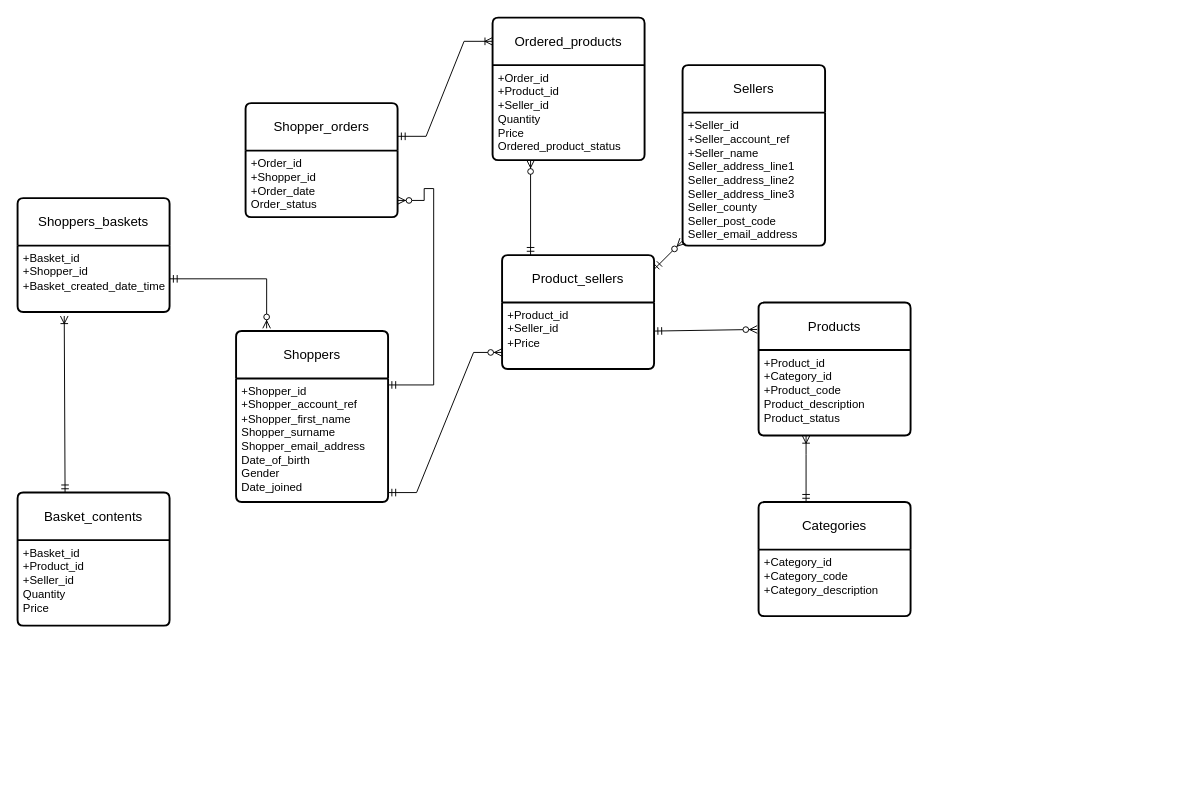
Earlier version of the draw.io diagram Untitled Diagram.drawio (Kazim1505/qho426). Source tidied: cells renumbered, new cells numbered last; positions are measured from the earlier drawing's top-left corner, leaving out a move shared by most shapes. Both pictures are drawn from the tidied source at 95%, with x=0, y=0 at pixel (17, 17).
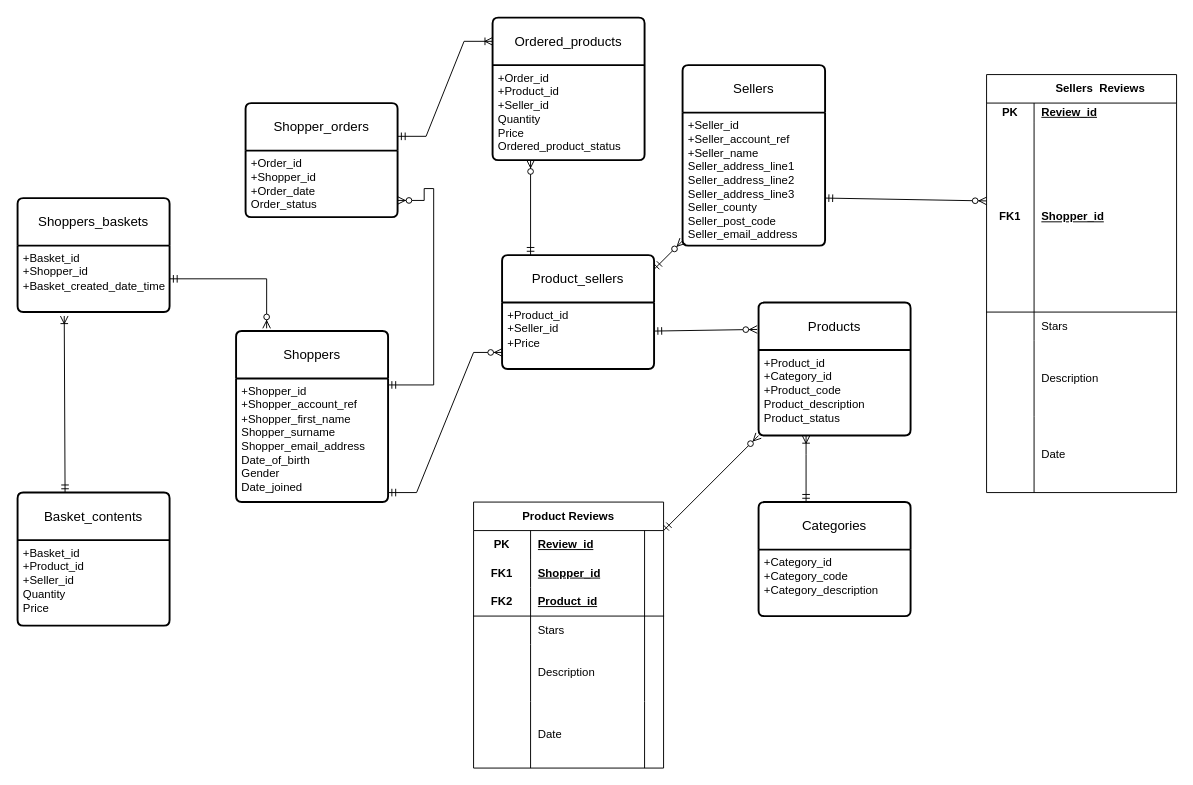
After the change.

The edit, as a diff of the source:
```diff
@@
+    <mxCell id="29" value="Product Reviews" style="shape=table;startSize=30;childLayout=tableLayout;rowLines=0;fontStyle=1;align=center;html=1;whiteSpace=wrap;" parent="1" vertex="1">
+      <mxGeometry x="480" y="510" width="200" height="280" as="geometry" />
+    </mxCell>
+    <mxCell id="30" style="shape=tableRow;horizontal=0;startSize=0;swimlaneHead=0;swimlaneBody=0;fillColor=none;top=0;left=0;right=0;bottom=0;html=1;" parent="29" vertex="1">
+      <mxGeometry y="30" width="200" height="30" as="geometry" />
+    </mxCell>
+    <mxCell id="31" value="PK" style="shape=partialRectangle;fillColor=none;top=0;left=0;bottom=0;right=0;fontStyle=1;overflow=hidden;html=1;whiteSpace=wrap;" parent="30" vertex="1">
+      <mxGeometry width="60" height="30" as="geometry" />
+    </mxCell>
+    <mxCell id="32" value="Review_id" style="shape=partialRectangle;fillColor=none;top=0;left=0;bottom=0;right=0;align=left;spacingLeft=6;fontStyle=5;overflow=hidden;html=1;whiteSpace=wrap;" parent="30" vertex="1">
+      <mxGeometry x="60" width="140" height="30" as="geometry" />
+    </mxCell>
+    <mxCell id="33" style="shape=tableRow;horizontal=0;startSize=0;swimlaneHead=0;swimlaneBody=0;fillColor=none;top=0;left=0;right=0;bottom=0;html=1;" parent="29" vertex="1">
+      <mxGeometry y="60" width="200" height="30" as="geometry" />
+    </mxCell>
+    <mxCell id="34" value="FK1" style="shape=partialRectangle;fillColor=none;top=0;left=0;bottom=0;right=0;fontStyle=1;overflow=hidden;html=1;whiteSpace=wrap;" parent="33" vertex="1">
+      <mxGeometry width="60" height="30" as="geometry" />
+    </mxCell>
+    <mxCell id="35" value="Shopper_id" style="shape=partialRectangle;fillColor=none;top=0;left=0;bottom=0;right=0;align=left;spacingLeft=6;fontStyle=5;overflow=hidden;html=1;whiteSpace=wrap;" parent="33" vertex="1">
+      <mxGeometry x="60" width="140" height="30" as="geometry" />
+    </mxCell>
+    <mxCell id="36" style="shape=tableRow;horizontal=0;startSize=0;swimlaneHead=0;swimlaneBody=0;fillColor=none;top=0;left=0;right=0;bottom=1;html=1;" parent="29" vertex="1">
+      <mxGeometry y="90" width="200" height="30" as="geometry" />
+    </mxCell>
+    <mxCell id="37" value="FK2" style="shape=partialRectangle;fillColor=none;top=0;left=0;bottom=0;right=0;fontStyle=1;overflow=hidden;html=1;whiteSpace=wrap;" parent="36" vertex="1">
+      <mxGeometry width="60" height="30" as="geometry" />
+    </mxCell>
+    <mxCell id="38" value="Product_id" style="shape=partialRectangle;fillColor=none;top=0;left=0;bottom=0;right=0;align=left;spacingLeft=6;fontStyle=5;overflow=hidden;html=1;whiteSpace=wrap;" parent="36" vertex="1">
+      <mxGeometry x="60" width="140" height="30" as="geometry" />
+    </mxCell>
+    <mxCell id="39" style="shape=tableRow;horizontal=0;startSize=0;swimlaneHead=0;swimlaneBody=0;fillColor=none;top=0;left=0;right=0;bottom=0;html=1;" parent="29" vertex="1">
+      <mxGeometry y="120" width="200" height="30" as="geometry" />
+    </mxCell>
+    <mxCell id="40" style="shape=partialRectangle;fillColor=none;top=0;left=0;bottom=0;right=0;overflow=hidden;html=1;whiteSpace=wrap;" parent="39" vertex="1">
+      <mxGeometry width="60" height="30" as="geometry" />
+    </mxCell>
+    <mxCell id="41" value="Stars" style="shape=partialRectangle;fillColor=none;top=0;left=0;bottom=0;right=0;align=left;spacingLeft=6;overflow=hidden;html=1;whiteSpace=wrap;" parent="39" vertex="1">
+      <mxGeometry x="60" width="140" height="30" as="geometry" />
+    </mxCell>
+    <mxCell id="42" style="shape=tableRow;horizontal=0;startSize=0;swimlaneHead=0;swimlaneBody=0;fillColor=none;top=0;left=0;right=0;bottom=0;html=1;" parent="29" vertex="1">
+      <mxGeometry y="150" width="200" height="60" as="geometry" />
+    </mxCell>
+    <mxCell id="43" style="shape=partialRectangle;fillColor=none;top=0;left=0;bottom=0;right=0;overflow=hidden;html=1;whiteSpace=wrap;" parent="42" vertex="1">
+      <mxGeometry width="60" height="60" as="geometry" />
+    </mxCell>
+    <mxCell id="44" value="Description&lt;br&gt;" style="shape=partialRectangle;fillColor=none;top=0;left=0;bottom=0;right=0;align=left;spacingLeft=6;overflow=hidden;html=1;whiteSpace=wrap;" parent="42" vertex="1">
+      <mxGeometry x="60" width="120" height="60" as="geometry" />
+    </mxCell>
+    <mxCell id="45" style="text;html=1;align=center;verticalAlign=middle;strokeColor=none;fillColor=none;" parent="42" vertex="1">
+      <mxGeometry x="180" width="20" height="60" as="geometry" />
+    </mxCell>
+    <mxCell id="46" style="shape=tableRow;horizontal=0;startSize=0;swimlaneHead=0;swimlaneBody=0;fillColor=none;top=0;left=0;right=0;bottom=0;html=1;" parent="29" vertex="1">
+      <mxGeometry y="210" width="200" height="70" as="geometry" />
+    </mxCell>
+    <mxCell id="47" style="shape=partialRectangle;fillColor=none;top=0;left=0;bottom=0;right=0;overflow=hidden;html=1;whiteSpace=wrap;" parent="46" vertex="1">
+      <mxGeometry width="60" height="70" as="geometry" />
+    </mxCell>
+    <mxCell id="48" value="Date" style="shape=partialRectangle;fillColor=none;top=0;left=0;bottom=0;right=0;align=left;spacingLeft=6;overflow=hidden;html=1;whiteSpace=wrap;" parent="46" vertex="1">
+      <mxGeometry x="60" width="120" height="70" as="geometry" />
+    </mxCell>
+    <mxCell id="49" style="text;html=1;align=center;verticalAlign=middle;strokeColor=none;fillColor=none;" parent="46" vertex="1">
+      <mxGeometry x="180" width="20" height="70" as="geometry" />
+    </mxCell>
+    <mxCell id="50" value="&lt;blockquote style=&quot;margin: 0 0 0 40px; border: none; padding: 0px;&quot;&gt;Sellers &amp;nbsp;Reviews&lt;/blockquote&gt;" style="shape=table;startSize=30;childLayout=tableLayout;rowLines=0;fontStyle=1;align=center;html=1;whiteSpace=wrap;" parent="1" vertex="1">
+      <mxGeometry x="1020" y="60" width="200" height="440" as="geometry" />
+    </mxCell>
+    <mxCell id="51" style="shape=tableRow;horizontal=0;startSize=0;swimlaneHead=0;swimlaneBody=0;fillColor=none;top=0;left=0;right=0;bottom=0;html=1;" parent="50" vertex="1">
+      <mxGeometry y="30" width="200" height="20" as="geometry" />
+    </mxCell>
+    <mxCell id="52" value="PK" style="shape=partialRectangle;fillColor=none;top=0;left=0;bottom=0;right=0;fontStyle=1;overflow=hidden;html=1;whiteSpace=wrap;" parent="51" vertex="1">
+      <mxGeometry width="50" height="20" as="geometry" />
+    </mxCell>
+    <mxCell id="53" value="Review_id" style="shape=partialRectangle;fillColor=none;top=0;left=0;bottom=0;right=0;align=left;spacingLeft=6;fontStyle=5;overflow=hidden;html=1;whiteSpace=wrap;" parent="51" vertex="1">
+      <mxGeometry x="50" width="150" height="20" as="geometry" />
+    </mxCell>
+    <mxCell id="54" style="shape=tableRow;horizontal=0;startSize=0;swimlaneHead=0;swimlaneBody=0;fillColor=none;points=[[0,0.5],[1,0.5]];portConstraint=eastwest;top=0;left=0;right=0;bottom=1;html=1;" parent="50" vertex="1">
+      <mxGeometry y="50" width="200" height="200" as="geometry" />
+    </mxCell>
+    <mxCell id="55" value="FK1" style="shape=partialRectangle;fillColor=none;top=0;left=0;bottom=0;right=0;fontStyle=1;overflow=hidden;html=1;whiteSpace=wrap;" parent="54" vertex="1">
+      <mxGeometry width="50" height="200" as="geometry" />
+    </mxCell>
+    <mxCell id="56" value="Shopper_id" style="shape=partialRectangle;fillColor=none;top=0;left=0;bottom=0;right=0;align=left;spacingLeft=6;fontStyle=5;overflow=hidden;html=1;whiteSpace=wrap;" parent="54" vertex="1">
+      <mxGeometry x="50" width="150" height="200" as="geometry" />
+    </mxCell>
+    <mxCell id="57" style="shape=tableRow;horizontal=0;startSize=0;swimlaneHead=0;swimlaneBody=0;fillColor=none;top=0;left=0;right=0;bottom=0;html=1;" parent="50" vertex="1">
+      <mxGeometry y="250" width="200" height="30" as="geometry" />
+    </mxCell>
+    <mxCell id="58" style="shape=partialRectangle;fillColor=none;top=0;left=0;bottom=0;right=0;overflow=hidden;html=1;whiteSpace=wrap;" parent="57" vertex="1">
+      <mxGeometry width="50" height="30" as="geometry" />
+    </mxCell>
+    <mxCell id="59" value="Stars" style="shape=partialRectangle;fillColor=none;top=0;left=0;bottom=0;right=0;align=left;spacingLeft=6;overflow=hidden;html=1;whiteSpace=wrap;" parent="57" vertex="1">
+      <mxGeometry x="50" width="150" height="30" as="geometry" />
+    </mxCell>
+    <mxCell id="60" style="shape=tableRow;horizontal=0;startSize=0;swimlaneHead=0;swimlaneBody=0;fillColor=none;top=0;left=0;right=0;bottom=0;html=1;verticalAlign=middle;" parent="50" vertex="1">
+      <mxGeometry y="280" width="200" height="80" as="geometry" />
+    </mxCell>
+    <mxCell id="61" style="shape=partialRectangle;fillColor=none;top=0;left=0;bottom=0;right=0;overflow=hidden;html=1;whiteSpace=wrap;" parent="60" vertex="1">
+      <mxGeometry width="50" height="80" as="geometry" />
+    </mxCell>
+    <mxCell id="62" value="Description" style="shape=partialRectangle;fillColor=none;top=0;left=0;bottom=0;right=0;align=left;spacingLeft=6;overflow=hidden;html=1;whiteSpace=wrap;verticalAlign=middle;" parent="60" vertex="1">
+      <mxGeometry x="50" width="150" height="80" as="geometry" />
+    </mxCell>
+    <mxCell id="63" style="shape=tableRow;horizontal=0;startSize=0;swimlaneHead=0;swimlaneBody=0;fillColor=none;top=0;left=0;right=0;bottom=0;html=1;verticalAlign=middle;" parent="50" vertex="1">
+      <mxGeometry y="360" width="200" height="80" as="geometry" />
+    </mxCell>
+    <mxCell id="64" style="shape=partialRectangle;fillColor=none;top=0;left=0;bottom=0;right=0;overflow=hidden;html=1;whiteSpace=wrap;" parent="63" vertex="1">
+      <mxGeometry width="50" height="80" as="geometry" />
+    </mxCell>
+    <mxCell id="65" value="Date" style="shape=partialRectangle;fillColor=none;top=0;left=0;bottom=0;right=0;align=left;spacingLeft=6;overflow=hidden;html=1;whiteSpace=wrap;verticalAlign=middle;" parent="63" vertex="1">
+      <mxGeometry x="50" width="150" height="80" as="geometry" />
+    </mxCell>
+    <mxCell id="66" style="fontSize=12;html=1;endArrow=ERzeroToMany;startArrow=ERmandOne;rounded=0;" parent="1" edge="1">
+      <mxGeometry relative="1" as="geometry">
+        <mxPoint x="680" y="540" as="sourcePoint" />
+        <mxPoint x="780" y="440" as="targetPoint" />
+      </mxGeometry>
+    </mxCell>
+    <mxCell id="67" style="fontSize=12;html=1;endArrow=ERzeroToMany;startArrow=ERmandOne;rounded=0;entryX=0;entryY=0.415;entryDx=0;entryDy=0;entryPerimeter=0;" parent="1" edge="1" target="54">
+      <mxGeometry relative="1" as="geometry">
+        <mxPoint x="850" y="190" as="sourcePoint" />
+      </mxGeometry>
+    </mxCell>
```
